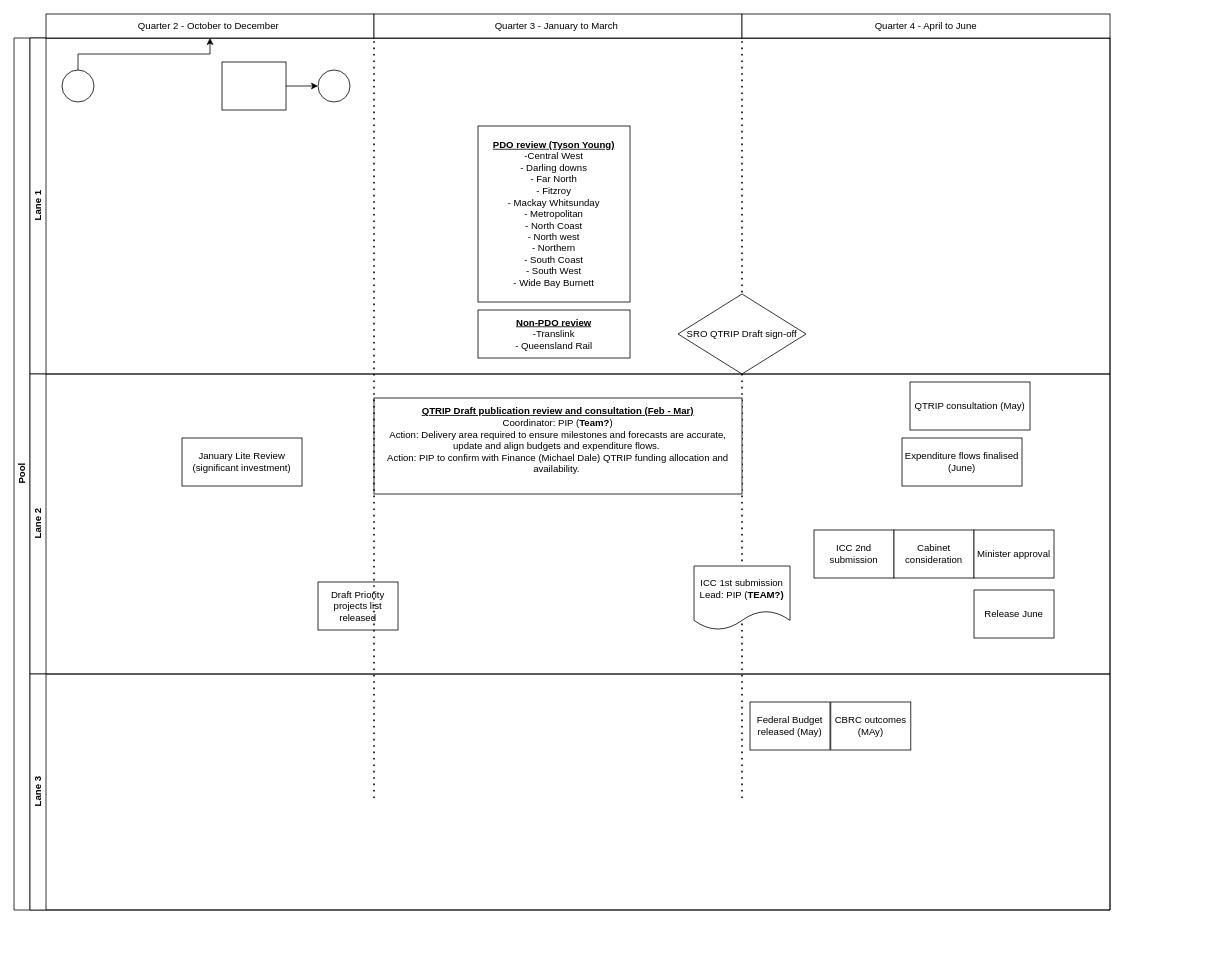
Earlier version of the draw.io diagram Untitled Diagram.drawio (tzforster/great-suppository-name). Source tidied: cells renumbered, new cells numbered last; positions are measured from the earlier drawing's top-left corner, leaving out a move shared by most shapes. Both pictures are drawn from the tidied source at 80%, with x=0, y=0 at pixel (14, 14).
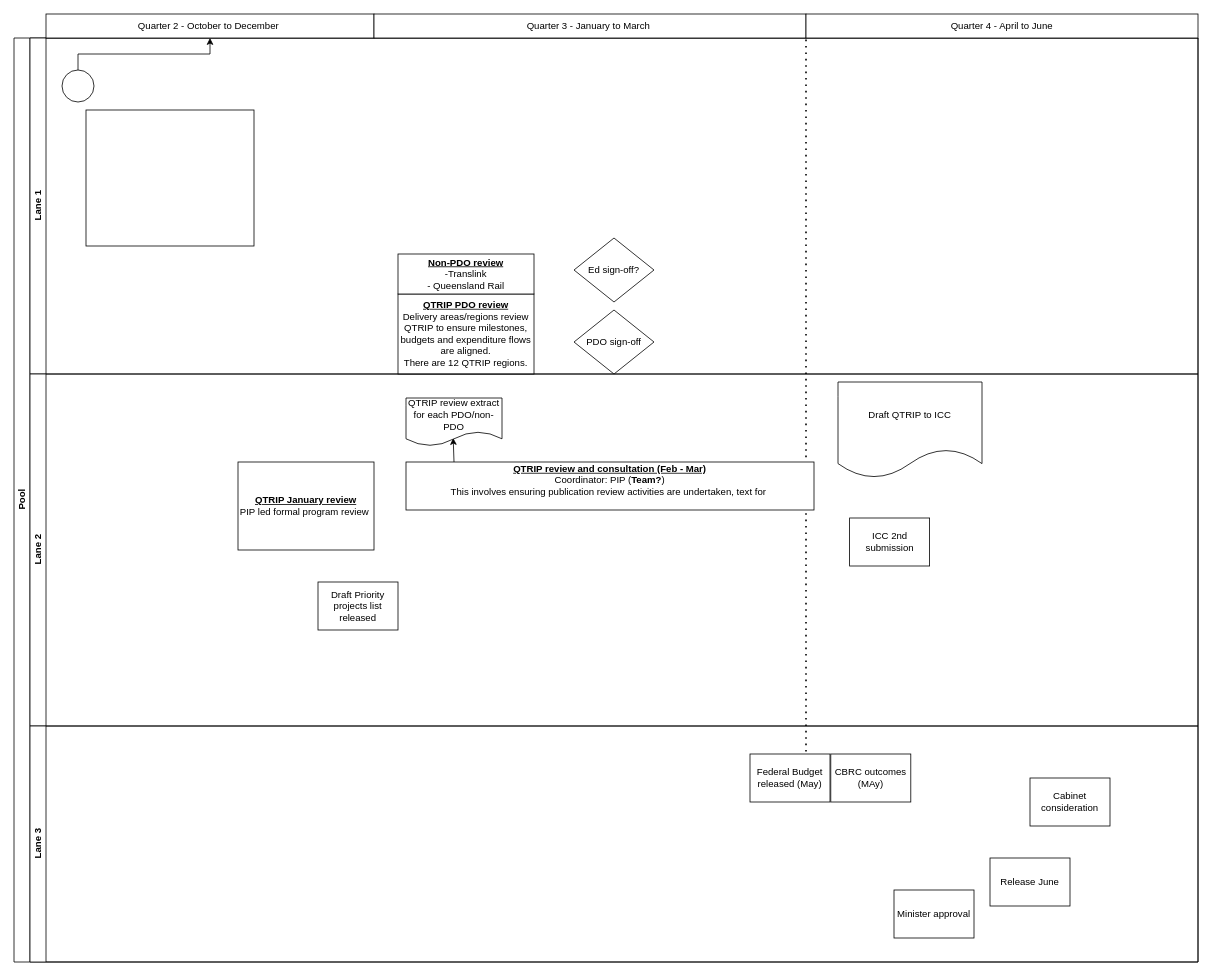
After the change.

What changed in the source:
```diff
@@
     <mxCell id="2" value="Pool" style="swimlane;html=1;horizontal=0;startSize=20;" parent="1" vertex="1">
-      <mxGeometry y="30" width="1370" height="1090" as="geometry" />
+      <mxGeometry y="30" width="1480" height="1155" as="geometry" />
     </mxCell>
     <mxCell id="3" value="Lane 1" style="swimlane;html=1;startSize=20;horizontal=0;" parent="2" vertex="1">
-      <mxGeometry x="20" width="1350" height="420" as="geometry" />
+      <mxGeometry x="20" width="1460" height="420" as="geometry" />
     </mxCell>
@@
-    <mxCell id="5" style="edgeStyle=orthogonalEdgeStyle;rounded=0;jettySize=auto;html=1;endArrow=classic;endFill=1;" parent="3" edge="1" source="6" target="7">
-      <mxGeometry relative="1" as="geometry" />
-    </mxCell>
     <mxCell id="6" style="rounded=0;whiteSpace=wrap;html=1;fontFamily=Helvetica;fontSize=12;fontColor=#000000;align=center;" parent="3" vertex="1">
-      <mxGeometry x="240" y="30" width="80" height="60" as="geometry" />
+      <mxGeometry x="70" y="90" width="210" height="170" as="geometry" />
     </mxCell>
-    <mxCell id="7" style="ellipse;whiteSpace=wrap;html=1;" parent="3" vertex="1">
-      <mxGeometry x="360" y="40" width="40" height="40" as="geometry" />
-    </mxCell>
     <mxCell id="8" style="endArrow=none;dashed=1;html=1;dashPattern=1 3;strokeWidth=2;rounded=0;entryX=0;entryY=1;entryDx=0;entryDy=0;" parent="3" edge="1">
       <mxGeometry relative="1" as="geometry">
-        <mxPoint x="890" y="950" as="sourcePoint" />
-        <mxPoint x="890" y="-10" as="targetPoint" />
+        <mxPoint x="970" y="940" as="sourcePoint" />
+        <mxPoint x="970" y="-20" as="targetPoint" />
       </mxGeometry>
     </mxCell>
-    <mxCell id="9" value="SRO QTRIP Draft&amp;nbsp;sign-off" style="rhombus;whiteSpace=wrap;html=1;" parent="3" vertex="1">
-      <mxGeometry x="810" y="320" width="160" height="100" as="geometry" />
-    </mxCell>
-    <mxCell id="10" value="&lt;b&gt;&lt;u&gt;PDO review (Tyson Young)&lt;/u&gt;&lt;/b&gt;&lt;br&gt;-Central West&lt;br&gt;- Darling downs&lt;br&gt;- Far North&lt;br&gt;- Fitzroy&lt;br&gt;- Mackay Whitsunday&lt;br&gt;- Metropolitan&lt;br&gt;- North Coast&lt;br&gt;- North west&lt;br&gt;- Northern&lt;br&gt;- South Coast&lt;br&gt;- South West&lt;br&gt;- Wide Bay Burnett" style="rounded=0;whiteSpace=wrap;html=1;" parent="3" vertex="1">
-      <mxGeometry x="560" y="110" width="190" height="220" as="geometry" />
+    <mxCell id="10" value="&lt;b&gt;&lt;u&gt;QTRIP PDO review&lt;br&gt;&lt;/u&gt;&lt;/b&gt;&lt;span style=&quot;background-color: initial;&quot;&gt;Delivery areas/regions review QTRIP to ensure milestones, budgets and expenditure flows are aligned.&lt;br&gt;&lt;/span&gt;There are 12 QTRIP regions." style="rounded=0;whiteSpace=wrap;html=1;" parent="3" vertex="1">
+      <mxGeometry x="460" y="320" width="170" height="100" as="geometry" />
     </mxCell>
     <mxCell id="11" value="&lt;u style=&quot;font-weight: bold;&quot;&gt;Non-PDO review&lt;/u&gt;&lt;br&gt;-Translink&lt;br&gt;- Queensland Rail" style="rounded=0;whiteSpace=wrap;html=1;" parent="3" vertex="1">
-      <mxGeometry x="560" y="340" width="190" height="60" as="geometry" />
+      <mxGeometry x="460" y="270" width="170" height="50" as="geometry" />
     </mxCell>
+    <mxCell id="9" value="PDO sign-off" style="rhombus;whiteSpace=wrap;html=1;" parent="3" vertex="1">
+      <mxGeometry x="680" y="340" width="100" height="80" as="geometry" />
+    </mxCell>
+    <mxCell id="31" value="Ed sign-off?" style="rhombus;whiteSpace=wrap;html=1;" parent="3" vertex="1">
+      <mxGeometry x="680" y="250" width="100" height="80" as="geometry" />
+    </mxCell>
     <mxCell id="12" value="Lane 2" style="swimlane;html=1;startSize=20;horizontal=0;" parent="2" vertex="1">
-      <mxGeometry x="20" y="420" width="1350" height="375" as="geometry" />
+      <mxGeometry x="20" y="420" width="1460" height="440" as="geometry" />
     </mxCell>
-    <mxCell id="13" value="January Lite Review (significant investment)" style="rounded=0;whiteSpace=wrap;html=1;" parent="12" vertex="1">
-      <mxGeometry x="190" y="80" width="150" height="60" as="geometry" />
-    </mxCell>
-    <mxCell id="14" value="&lt;b&gt;&lt;u&gt;QTRIP Draft publication review and consultation (Feb - Mar)&lt;/u&gt;&lt;/b&gt;&lt;br&gt;&lt;div style=&quot;&quot;&gt;&lt;div&gt;&lt;span style=&quot;background-color: initial;&quot;&gt;Coordinator:&amp;nbsp;&lt;/span&gt;&lt;span style=&quot;background-color: initial;&quot;&gt;PIP (&lt;/span&gt;&lt;b style=&quot;background-color: initial;&quot;&gt;Team?&lt;/b&gt;&lt;span style=&quot;background-color: initial;&quot;&gt;)&lt;/span&gt;&lt;/div&gt;&lt;/div&gt;&lt;div style=&quot;&quot;&gt;&lt;span style=&quot;background-color: initial;&quot;&gt;Action:&amp;nbsp;&lt;/span&gt;&lt;span style=&quot;background-color: initial;&quot;&gt;Delivery area required to ensure milestones&amp;nbsp;and forecasts are accurate, update and align budgets and expenditure flows.&amp;nbsp;&lt;/span&gt;&lt;/div&gt;&lt;div style=&quot;&quot;&gt;Action: PIP to confirm with Finance (Michael Dale) QTRIP funding allocation and availability.&amp;nbsp;&lt;/div&gt;&lt;div style=&quot;&quot;&gt;&lt;br&gt;&lt;/div&gt;" style="rounded=0;whiteSpace=wrap;html=1;align=center;" parent="12" vertex="1">
-      <mxGeometry x="430" y="30" width="460" height="120" as="geometry" />
+    <mxCell id="14" value="&lt;b&gt;&lt;u&gt;QTRIP review and consultation (Feb - Mar)&lt;/u&gt;&lt;/b&gt;&lt;br&gt;&lt;div style=&quot;&quot;&gt;&lt;div&gt;&lt;span style=&quot;background-color: initial;&quot;&gt;Coordinator:&amp;nbsp;&lt;/span&gt;&lt;span style=&quot;background-color: initial;&quot;&gt;PIP (&lt;/span&gt;&lt;b style=&quot;background-color: initial;&quot;&gt;Team?&lt;/b&gt;&lt;span style=&quot;background-color: initial;&quot;&gt;)&lt;/span&gt;&lt;/div&gt;&lt;/div&gt;&lt;div style=&quot;&quot;&gt;This involves ensuring publication review activities are undertaken, text for&amp;nbsp;&lt;/div&gt;&lt;div style=&quot;&quot;&gt;&lt;br&gt;&lt;/div&gt;" style="rounded=0;whiteSpace=wrap;html=1;align=center;" parent="12" vertex="1">
+      <mxGeometry x="470" y="110" width="510" height="60" as="geometry" />
     </mxCell>
@@
-    <mxCell id="16" value="Expenditure flows finalised (June)" style="rounded=0;whiteSpace=wrap;html=1;" parent="12" vertex="1">
-      <mxGeometry x="1090" y="80" width="150" height="60" as="geometry" />
-    </mxCell>
     <mxCell id="17" value="ICC 2nd submission" style="rounded=0;whiteSpace=wrap;html=1;" parent="12" vertex="1">
-      <mxGeometry x="980" y="195" width="100" height="60" as="geometry" />
+      <mxGeometry x="1024.5" y="180" width="100" height="60" as="geometry" />
     </mxCell>
-    <mxCell id="18" value="Cabinet consideration" style="rounded=0;whiteSpace=wrap;html=1;" parent="12" vertex="1">
-      <mxGeometry x="1080" y="195" width="100" height="60" as="geometry" />
-    </mxCell>
-    <mxCell id="19" value="Minister approval" style="rounded=0;whiteSpace=wrap;html=1;" parent="12" vertex="1">
-      <mxGeometry x="1180" y="195" width="100" height="60" as="geometry" />
-    </mxCell>
-    <mxCell id="20" value="ICC 1st submission&lt;br&gt;Lead: PIP (&lt;b&gt;TEAM?)&lt;/b&gt;" style="shape=document;whiteSpace=wrap;html=1;boundedLbl=1;" parent="12" vertex="1">
-      <mxGeometry x="830" y="240" width="120" height="80" as="geometry" />
+    <mxCell id="20" value="Draft QTRIP to ICC" style="shape=document;whiteSpace=wrap;html=1;boundedLbl=1;" parent="12" vertex="1">
+      <mxGeometry x="1010" y="10" width="180" height="120" as="geometry" />
     </mxCell>
-    <mxCell id="21" value="QTRIP consultation (May)" style="rounded=0;whiteSpace=wrap;html=1;" parent="12" vertex="1">
-      <mxGeometry x="1100" y="10" width="150" height="60" as="geometry" />
-    </mxCell>
+    <mxCell id="32" style="endArrow=classic;html=1;rounded=0;" parent="12" edge="1">
+      <mxGeometry relative="1" as="geometry">
+        <mxPoint x="530" y="110" as="sourcePoint" />
+        <mxPoint x="529" y="80" as="targetPoint" />
+      </mxGeometry>
+    </mxCell>
+    <mxCell id="33" value="&lt;b style=&quot;text-decoration-line: underline;&quot;&gt;QTRIP January review&lt;/b&gt;&lt;br&gt;PIP led formal program review&amp;nbsp;" style="rounded=0;whiteSpace=wrap;html=1;align=center;" parent="12" vertex="1">
+      <mxGeometry x="260" y="110" width="170" height="110" as="geometry" />
+    </mxCell>
+    <mxCell id="34" value="QTRIP review extract for each PDO/non-PDO" style="shape=document;whiteSpace=wrap;html=1;boundedLbl=1;" parent="12" vertex="1">
+      <mxGeometry x="470" y="30" width="120" height="60" as="geometry" />
+    </mxCell>
     <mxCell id="22" value="Lane 3" style="swimlane;html=1;startSize=20;horizontal=0;" parent="2" vertex="1">
-      <mxGeometry x="20" y="795" width="1350" height="295" as="geometry" />
+      <mxGeometry x="20" y="860" width="1460" height="295" as="geometry" />
     </mxCell>
@@
+    <mxCell id="18" value="Cabinet consideration" style="rounded=0;whiteSpace=wrap;html=1;" parent="22" vertex="1">
+      <mxGeometry x="1250" y="65" width="100" height="60" as="geometry" />
+    </mxCell>
-    <mxCell id="25" value="Release June" style="rounded=0;whiteSpace=wrap;html=1;" parent="1" vertex="1">
-      <mxGeometry x="1200" y="720" width="100" height="60" as="geometry" />
+    <mxCell id="25" value="Release June" style="rounded=0;whiteSpace=wrap;html=1;" parent="22" vertex="1">
+      <mxGeometry x="1200" y="165" width="100" height="60" as="geometry" />
     </mxCell>
+    <mxCell id="19" value="Minister approval" style="rounded=0;whiteSpace=wrap;html=1;" parent="22" vertex="1">
+      <mxGeometry x="1080" y="205" width="100" height="60" as="geometry" />
+    </mxCell>
@@
     <mxCell id="28" value="Quarter 3 - January to March&amp;nbsp;" style="rounded=0;whiteSpace=wrap;html=1;fontFamily=Helvetica;fontSize=12;fontColor=#000000;align=center;" parent="1" vertex="1">
-      <mxGeometry x="450" width="460" height="30" as="geometry" />
+      <mxGeometry x="450" width="540" height="30" as="geometry" />
     </mxCell>
     <mxCell id="29" value="Quarter 4 - April to June" style="rounded=0;whiteSpace=wrap;html=1;fontFamily=Helvetica;fontSize=12;fontColor=#000000;align=center;" parent="1" vertex="1">
-      <mxGeometry x="910" width="460" height="30" as="geometry" />
+      <mxGeometry x="990" width="490" height="30" as="geometry" />
     </mxCell>
-    <mxCell id="30" style="endArrow=none;dashed=1;html=1;dashPattern=1 3;strokeWidth=2;rounded=0;entryX=0;entryY=1;entryDx=0;entryDy=0;" parent="1" edge="1" target="28">
-      <mxGeometry relative="1" as="geometry">
-        <mxPoint x="450" y="980" as="sourcePoint" />
-      </mxGeometry>
-    </mxCell>
```
